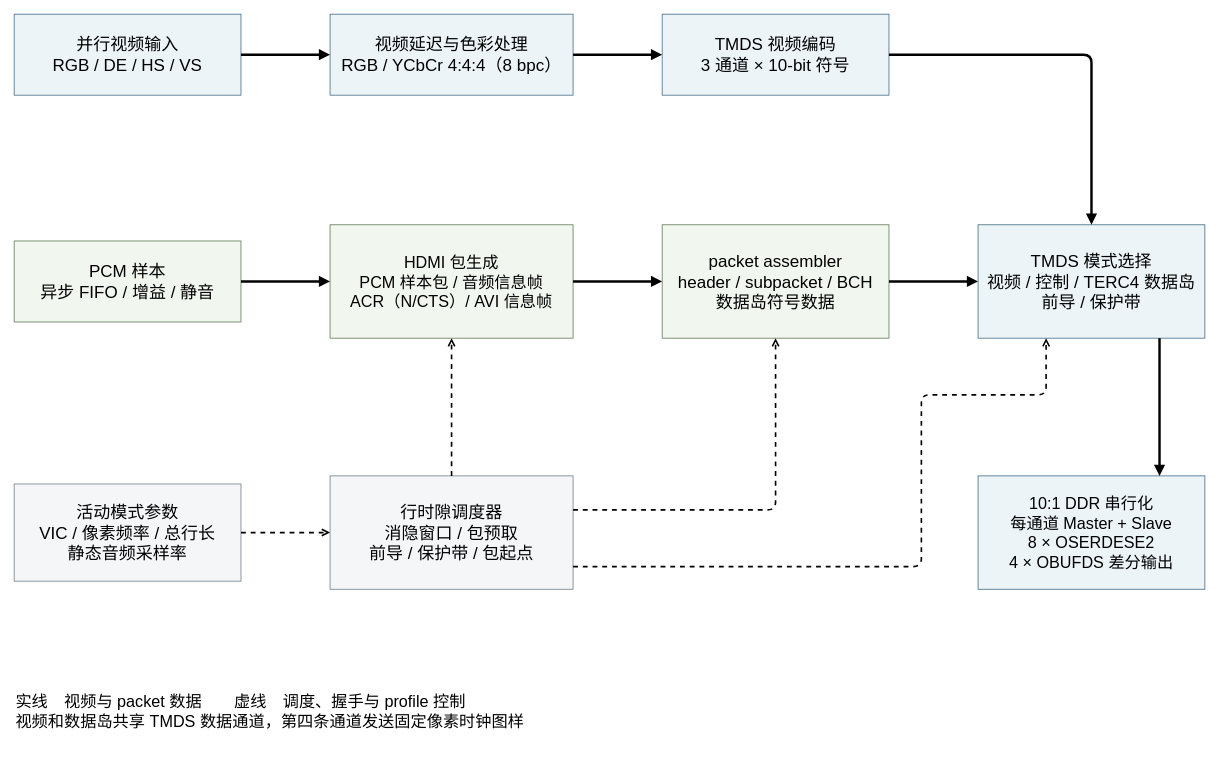
Before: docs/figures/packet-pipeline.drawio in ArthurPan2026/EmbeddedVideoIP, a draw.io diagram. Source tidied: cells renumbered, new cells numbered last; positions are measured from the earlier drawing's top-left corner, leaving out a move shared by most shapes. Both pictures are drawn from the tidied source at 81%, with x=0, y=0 at pixel (14, 14).
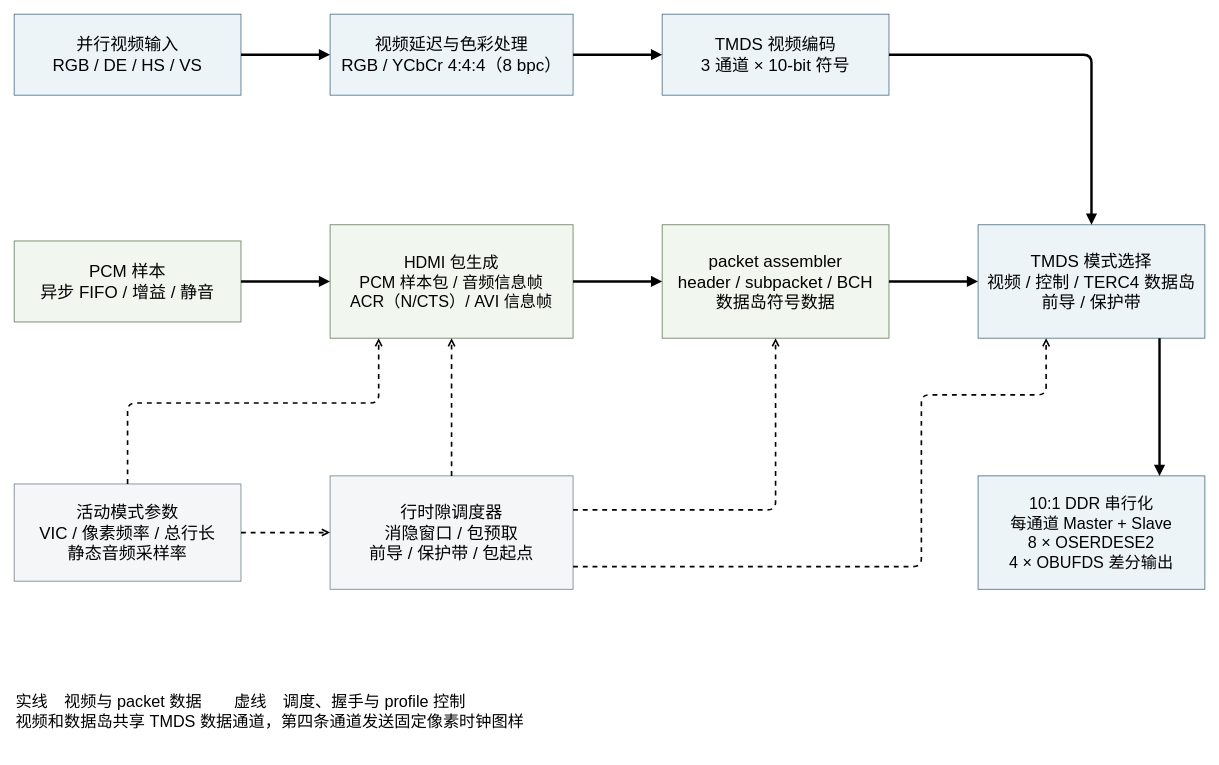
The same diagram, later.

Unchanged cells that the change refers to:
```xml
<mxCell id="6" value="HDMI 包生成&#10;PCM 样本包 / 音频信息帧&#10;ACR（N/CTS）/ AVI 信息帧" style="rounded=0;whiteSpace=wrap;html=1;fontFamily=Microsoft YaHei;fontSize=20;fillColor=#f1f6ef;strokeColor=#637d58;" parent="1" vertex="1">
  <mxGeometry x="390" y="260" width="300" height="140" as="geometry" />
</mxCell>
<mxCell id="8" value="活动模式参数&#10;VIC / 像素频率 / 总行长&#10;静态音频采样率" style="rounded=0;whiteSpace=wrap;html=1;fontFamily=Microsoft YaHei;fontSize=21;fillColor=#f4f6f8;strokeColor=#73808c;" parent="1" vertex="1">
  <mxGeometry y="580" width="280" height="120" as="geometry" />
</mxCell>
```

Diff of the diagram source:
```diff
@@
+    <mxCell id="24" style="edgeStyle=orthogonalEdgeStyle;html=1;exitX=0.5;exitY=0;entryX=0.2;entryY=1;endArrow=open;dashed=1;strokeWidth=2;" parent="1" edge="1" source="8" target="6">
+      <mxGeometry relative="1" as="geometry">
+        <Array as="points">
+          <mxPoint x="140" y="480" />
+          <mxPoint x="450" y="480" />
+        </Array>
+      </mxGeometry>
+    </mxCell>
```
